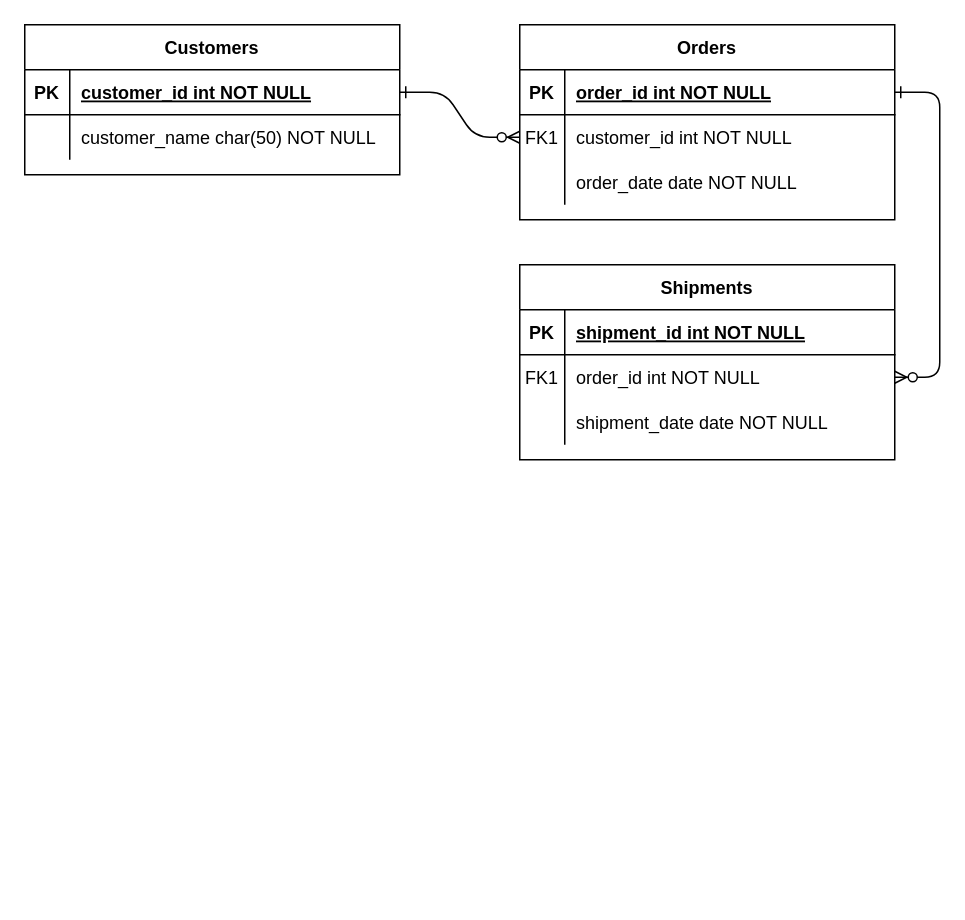
This is 名称未設定ファイル.drawio from chapchon819/chapchon819, a draw.io file, before an edit. Source tidied: cells renumbered, new cells numbered last; positions are measured from the earlier drawing's top-left corner, leaving out a move shared by most shapes. Both pictures are drawn from the tidied source at 150%, with x=0, y=0 at pixel (24, 24).
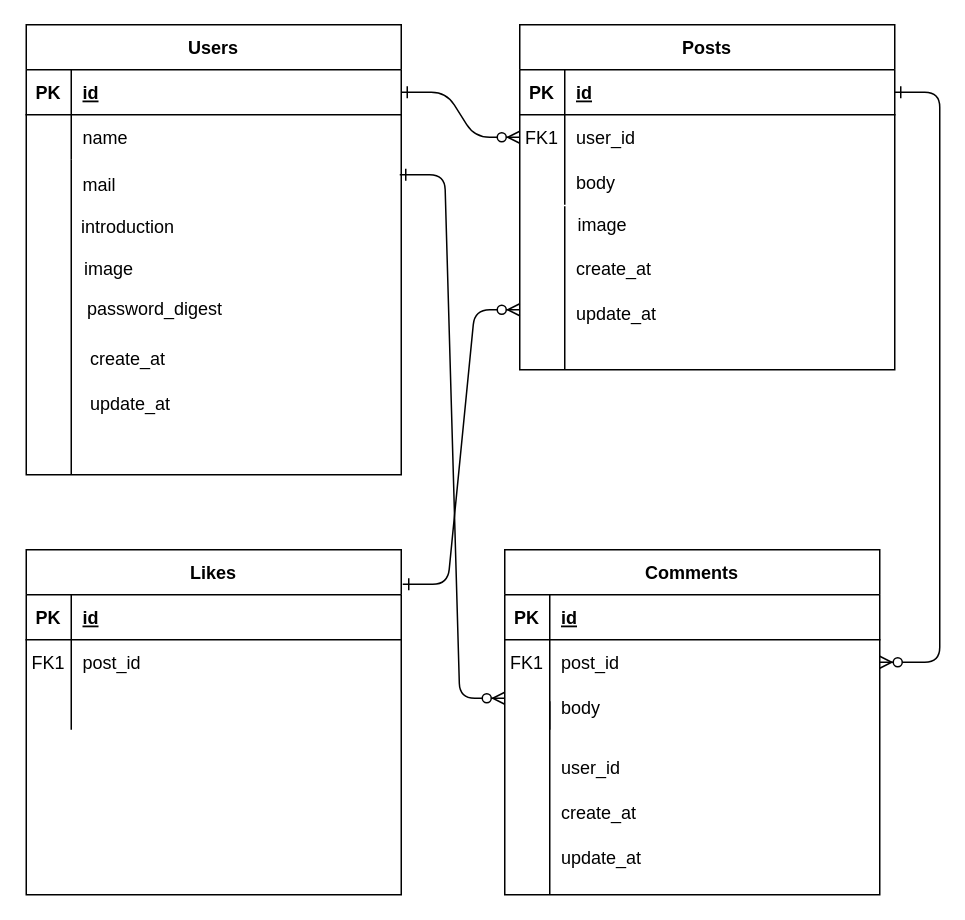
The same diagram, later.

Commit message:
名称未設定ファイル.drawio を更新します

The change refers to these unchanged cells:
```xml
<mxCell id="5" style="shape=partialRectangle;fillColor=none;points=[[0,0.5],[1,0.5]];portConstraint=eastwest;top=0;left=0;right=0;bottom=1;" parent="4" vertex="1">
  <mxGeometry y="30" width="250" height="30" as="geometry" />
</mxCell>
<mxCell id="8" style="shape=partialRectangle;fillColor=none;points=[[0,0.5],[1,0.5]];portConstraint=eastwest;top=0;left=0;right=0;bottom=0;" parent="4" vertex="1">
  <mxGeometry y="60" width="250" height="30" as="geometry" />
</mxCell>
<mxCell id="11" style="shape=partialRectangle;fillColor=none;top=0;left=0;right=0;bottom=0;" parent="4" vertex="1">
  <mxGeometry y="90" width="250" height="30" as="geometry" />
</mxCell>
<mxCell id="15" style="shape=partialRectangle;fillColor=none;top=0;left=0;right=0;bottom=1;" parent="14" vertex="1">
  <mxGeometry y="30" width="250" height="30" as="geometry" />
</mxCell>
<mxCell id="18" style="shape=partialRectangle;fillColor=none;points=[[0,0.5],[1,0.5]];portConstraint=eastwest;top=0;left=0;right=0;bottom=0;" parent="14" vertex="1">
  <mxGeometry y="60" width="250" height="30" as="geometry" />
</mxCell>
<mxCell id="21" style="shape=partialRectangle;fillColor=none;points=[[0,0.5],[1,0.5]];portConstraint=eastwest;top=0;left=0;right=0;bottom=0;" parent="14" vertex="1">
  <mxGeometry y="90" width="250" height="30" as="geometry" />
</mxCell>
```

The edit, as a diff of the source:
```diff
@@
-    <mxCell id="4" value="Orders" style="shape=table;startSize=30;childLayout=tableLayout;rowLines=0;fontStyle=1;align=center;" parent="1" vertex="1">
-      <mxGeometry x="330" width="250" height="130" as="geometry" />
+    <mxCell id="4" value="Posts" style="shape=table;startSize=30;childLayout=tableLayout;rowLines=0;fontStyle=1;align=center;" parent="1" vertex="1">
+      <mxGeometry x="330" width="250" height="230" as="geometry" />
     </mxCell>
@@
-    <mxCell id="7" value="order_id int NOT NULL " style="shape=partialRectangle;overflow=hidden;fillColor=none;top=0;left=0;bottom=0;right=0;align=left;spacingLeft=6;fontStyle=5;" parent="5" vertex="1">
+    <mxCell id="7" value="id" style="shape=partialRectangle;overflow=hidden;fillColor=none;top=0;left=0;bottom=0;right=0;align=left;spacingLeft=6;fontStyle=5;" parent="5" vertex="1">
       <mxGeometry x="30" width="220" height="30" as="geometry" />
     </mxCell>
@@
-    <mxCell id="10" value="customer_id int NOT NULL" style="shape=partialRectangle;overflow=hidden;fillColor=none;top=0;left=0;bottom=0;right=0;align=left;spacingLeft=6;" parent="8" vertex="1">
+    <mxCell id="10" value="user_id" style="shape=partialRectangle;overflow=hidden;fillColor=none;top=0;left=0;bottom=0;right=0;align=left;spacingLeft=6;" parent="8" vertex="1">
       <mxGeometry x="30" width="220" height="30" as="geometry" />
     </mxCell>
@@
-    <mxCell id="13" value="order_date date NOT NULL" style="shape=partialRectangle;overflow=hidden;fillColor=none;top=0;left=0;bottom=0;right=0;align=left;spacingLeft=6;" parent="11" vertex="1">
+    <mxCell id="13" value="body" style="shape=partialRectangle;overflow=hidden;fillColor=none;top=0;left=0;bottom=0;right=0;align=left;spacingLeft=6;" parent="11" vertex="1">
       <mxGeometry x="30" width="220" height="30" as="geometry" />
     </mxCell>
+    <mxCell id="24" value="Users" style="shape=table;startSize=30;childLayout=tableLayout;rowLines=0;fontStyle=1;align=center;" parent="1" vertex="1">
+      <mxGeometry x="1" width="250" height="300" as="geometry" />
+    </mxCell>
+    <mxCell id="25" style="shape=partialRectangle;fillColor=none;points=[[0,0.5],[1,0.5]];portConstraint=eastwest;top=0;left=0;right=0;bottom=1;" parent="24" vertex="1">
+      <mxGeometry y="30" width="250" height="30" as="geometry" />
+    </mxCell>
+    <mxCell id="26" value="PK" style="shape=partialRectangle;overflow=hidden;fillColor=none;top=0;left=0;bottom=0;right=0;fontStyle=1;" parent="25" vertex="1">
+      <mxGeometry width="30" height="30" as="geometry" />
+    </mxCell>
+    <mxCell id="27" value="id" style="shape=partialRectangle;overflow=hidden;fillColor=none;top=0;left=0;bottom=0;right=0;align=left;spacingLeft=6;fontStyle=5;" parent="25" vertex="1">
+      <mxGeometry x="30" width="220" height="30" as="geometry" />
+    </mxCell>
+    <mxCell id="28" style="shape=partialRectangle;fillColor=none;top=0;left=0;right=0;bottom=0;" parent="24" vertex="1">
+      <mxGeometry y="60" width="250" height="30" as="geometry" />
+    </mxCell>
+    <mxCell id="29" style="shape=partialRectangle;overflow=hidden;fillColor=none;top=0;left=0;bottom=0;right=0;" parent="28" vertex="1">
+      <mxGeometry width="30" height="30" as="geometry" />
+    </mxCell>
+    <mxCell id="30" value="name" style="shape=partialRectangle;overflow=hidden;fillColor=none;top=0;left=0;bottom=0;right=0;align=left;spacingLeft=6;" parent="28" vertex="1">
+      <mxGeometry x="30" width="220" height="30" as="geometry" />
+    </mxCell>
+    <mxCell id="31" value="mail" style="shape=partialRectangle;overflow=hidden;fillColor=none;top=0;left=0;bottom=0;right=0;align=left;spacingLeft=6;" parent="1" vertex="1">
+      <mxGeometry x="31" y="91" width="220" height="30" as="geometry" />
+    </mxCell>
+    <mxCell id="32" value="introduction" style="shape=partialRectangle;overflow=hidden;fillColor=none;top=0;left=0;bottom=0;right=0;align=left;spacingLeft=6;" parent="1" vertex="1">
+      <mxGeometry x="30" y="119" width="230" height="30" as="geometry" />
+    </mxCell>
+    <mxCell id="33" value="image" style="shape=partialRectangle;overflow=hidden;fillColor=none;top=0;left=0;bottom=0;right=0;align=left;spacingLeft=6;" parent="1" vertex="1">
+      <mxGeometry x="32" y="147" width="220" height="30" as="geometry" />
+    </mxCell>
+    <mxCell id="34" value="password_digest" style="shape=partialRectangle;overflow=hidden;fillColor=none;top=0;left=0;bottom=0;right=0;align=left;spacingLeft=6;" parent="1" vertex="1">
+      <mxGeometry x="34" y="174" width="220" height="30" as="geometry" />
+    </mxCell>
+    <mxCell id="35" value="create_at" style="shape=partialRectangle;overflow=hidden;fillColor=none;top=0;left=0;bottom=0;right=0;align=left;spacingLeft=6;" parent="1" vertex="1">
+      <mxGeometry x="36" y="207" width="220" height="30" as="geometry" />
+    </mxCell>
+    <mxCell id="36" value="update_at" style="shape=partialRectangle;overflow=hidden;fillColor=none;top=0;left=0;bottom=0;right=0;align=left;spacingLeft=6;" parent="1" vertex="1">
+      <mxGeometry x="36" y="237" width="220" height="30" as="geometry" />
+    </mxCell>
+    <mxCell id="37" style="endArrow=none;html=1;rounded=0;" parent="1" edge="1">
+      <mxGeometry relative="1" as="geometry">
+        <mxPoint x="31" y="300" as="sourcePoint" />
+        <mxPoint x="31" y="90" as="targetPoint" />
+      </mxGeometry>
+    </mxCell>
+    <mxCell id="38" value="image" style="shape=partialRectangle;overflow=hidden;fillColor=none;top=0;left=0;bottom=0;right=0;align=left;spacingLeft=6;" parent="1" vertex="1">
+      <mxGeometry x="361" y="118" width="220" height="30" as="geometry" />
+    </mxCell>
+    <mxCell id="39" value="create_at" style="shape=partialRectangle;overflow=hidden;fillColor=none;top=0;left=0;bottom=0;right=0;align=left;spacingLeft=6;" parent="1" vertex="1">
+      <mxGeometry x="360" y="147" width="220" height="30" as="geometry" />
+    </mxCell>
+    <mxCell id="40" value="update_at" style="shape=partialRectangle;overflow=hidden;fillColor=none;top=0;left=0;bottom=0;right=0;align=left;spacingLeft=6;" parent="1" vertex="1">
+      <mxGeometry x="360" y="177" width="220" height="30" as="geometry" />
+    </mxCell>
+    <mxCell id="41" style="endArrow=none;html=1;rounded=0;" parent="1" edge="1">
+      <mxGeometry relative="1" as="geometry">
+        <mxPoint x="360" y="230" as="sourcePoint" />
+        <mxPoint x="360" y="121" as="targetPoint" />
+      </mxGeometry>
+    </mxCell>
+    <mxCell id="42" value="create_at" style="shape=partialRectangle;overflow=hidden;fillColor=none;top=0;left=0;bottom=0;right=0;align=left;spacingLeft=6;" parent="1" vertex="1">
+      <mxGeometry x="350" y="510" width="220" height="30" as="geometry" />
+    </mxCell>
+    <mxCell id="43" value="update_at" style="shape=partialRectangle;overflow=hidden;fillColor=none;top=0;left=0;bottom=0;right=0;align=left;spacingLeft=6;" parent="1" vertex="1">
+      <mxGeometry x="350" y="540" width="220" height="30" as="geometry" />
+    </mxCell>
+    <mxCell id="44" style="endArrow=none;html=1;rounded=0;" parent="1" edge="1">
+      <mxGeometry relative="1" as="geometry">
+        <mxPoint x="350" y="580" as="sourcePoint" />
+        <mxPoint x="350" y="451" as="targetPoint" />
+      </mxGeometry>
+    </mxCell>
-    <mxCell id="14" value="Shipments" style="shape=table;startSize=30;childLayout=tableLayout;rowLines=0;fontStyle=1;align=center;" parent="1" vertex="1">
-      <mxGeometry x="330" y="160" width="250" height="130" as="geometry" />
+    <mxCell id="14" value="Comments" style="shape=table;startSize=30;childLayout=tableLayout;rowLines=0;fontStyle=1;align=center;" parent="1" vertex="1">
+      <mxGeometry x="320" y="350" width="250" height="230" as="geometry" />
     </mxCell>
@@
-    <mxCell id="17" value="shipment_id int NOT NULL " style="shape=partialRectangle;overflow=hidden;fillColor=none;top=0;left=0;bottom=0;right=0;align=left;spacingLeft=6;fontStyle=5;" parent="15" vertex="1">
+    <mxCell id="17" value="id" style="shape=partialRectangle;overflow=hidden;fillColor=none;top=0;left=0;bottom=0;right=0;align=left;spacingLeft=6;fontStyle=5;" parent="15" vertex="1">
       <mxGeometry x="30" width="220" height="30" as="geometry" />
     </mxCell>
@@
-    <mxCell id="20" value="order_id int NOT NULL" style="shape=partialRectangle;overflow=hidden;fillColor=none;top=0;left=0;bottom=0;right=0;align=left;spacingLeft=6;" parent="18" vertex="1">
+    <mxCell id="20" value="post_id" style="shape=partialRectangle;overflow=hidden;fillColor=none;top=0;left=0;bottom=0;right=0;align=left;spacingLeft=6;" parent="18" vertex="1">
       <mxGeometry x="30" width="220" height="30" as="geometry" />
     </mxCell>
@@
-    <mxCell id="23" value="shipment_date date NOT NULL" style="shape=partialRectangle;overflow=hidden;fillColor=none;top=0;left=0;bottom=0;right=0;align=left;spacingLeft=6;" parent="21" vertex="1">
+    <mxCell id="23" value="body" style="shape=partialRectangle;overflow=hidden;fillColor=none;top=0;left=0;bottom=0;right=0;align=left;spacingLeft=6;" parent="21" vertex="1">
       <mxGeometry x="30" width="220" height="30" as="geometry" />
     </mxCell>
-    <mxCell id="24" value="Customers" style="shape=table;startSize=30;childLayout=tableLayout;rowLines=0;fontStyle=1;align=center;" parent="1" vertex="1">
-      <mxGeometry width="250" height="100" as="geometry" />
-    </mxCell>
-    <mxCell id="25" style="shape=partialRectangle;fillColor=none;points=[[0,0.5],[1,0.5]];portConstraint=eastwest;top=0;left=0;right=0;bottom=1;" parent="24" vertex="1">
-      <mxGeometry y="30" width="250" height="30" as="geometry" />
-    </mxCell>
-    <mxCell id="26" value="PK" style="shape=partialRectangle;overflow=hidden;fillColor=none;top=0;left=0;bottom=0;right=0;fontStyle=1;" parent="25" vertex="1">
-      <mxGeometry width="30" height="30" as="geometry" />
-    </mxCell>
-    <mxCell id="27" value="customer_id int NOT NULL " style="shape=partialRectangle;overflow=hidden;fillColor=none;top=0;left=0;bottom=0;right=0;align=left;spacingLeft=6;fontStyle=5;" parent="25" vertex="1">
-      <mxGeometry x="30" width="220" height="30" as="geometry" />
-    </mxCell>
-    <mxCell id="28" style="shape=partialRectangle;fillColor=none;top=0;left=0;right=0;bottom=0;" parent="24" vertex="1">
-      <mxGeometry y="60" width="250" height="30" as="geometry" />
-    </mxCell>
-    <mxCell id="29" style="shape=partialRectangle;overflow=hidden;fillColor=none;top=0;left=0;bottom=0;right=0;" parent="28" vertex="1">
-      <mxGeometry width="30" height="30" as="geometry" />
-    </mxCell>
-    <mxCell id="30" value="customer_name char(50) NOT NULL" style="shape=partialRectangle;overflow=hidden;fillColor=none;top=0;left=0;bottom=0;right=0;align=left;spacingLeft=6;" parent="28" vertex="1">
-      <mxGeometry x="30" width="220" height="30" as="geometry" />
-    </mxCell>
+    <mxCell id="45" value="user_id" style="shape=partialRectangle;overflow=hidden;fillColor=none;top=0;left=0;bottom=0;right=0;align=left;spacingLeft=6;" parent="1" vertex="1">
+      <mxGeometry x="350" y="480" width="220" height="30" as="geometry" />
+    </mxCell>
+    <mxCell id="46" style="edgeStyle=entityRelationEdgeStyle;endArrow=ERzeroToMany;startArrow=ERone;endFill=1;startFill=0;entryX=0;entryY=0.3;entryDx=0;entryDy=0;entryPerimeter=0;" parent="1" edge="1" target="21">
+      <mxGeometry relative="1" as="geometry">
+        <mxPoint x="250" y="100" as="sourcePoint" />
+        <Array as="points">
+          <mxPoint x="300" y="370" />
+          <mxPoint x="270" y="320" />
+        </Array>
+      </mxGeometry>
+    </mxCell>
+    <mxCell id="47" value="Likes" style="shape=table;startSize=30;childLayout=tableLayout;rowLines=0;fontStyle=1;align=center;" parent="1" vertex="1">
+      <mxGeometry x="1" y="350" width="250" height="230" as="geometry" />
+    </mxCell>
+    <mxCell id="48" style="shape=partialRectangle;fillColor=none;top=0;left=0;right=0;bottom=1;" parent="47" vertex="1">
+      <mxGeometry y="30" width="250" height="30" as="geometry" />
+    </mxCell>
+    <mxCell id="49" value="PK" style="shape=partialRectangle;overflow=hidden;fillColor=none;top=0;left=0;bottom=0;right=0;fontStyle=1;" parent="48" vertex="1">
+      <mxGeometry width="30" height="30" as="geometry" />
+    </mxCell>
+    <mxCell id="50" value="id" style="shape=partialRectangle;overflow=hidden;fillColor=none;top=0;left=0;bottom=0;right=0;align=left;spacingLeft=6;fontStyle=5;" parent="48" vertex="1">
+      <mxGeometry x="30" width="220" height="30" as="geometry" />
+    </mxCell>
+    <mxCell id="51" style="shape=partialRectangle;fillColor=none;top=0;left=0;right=0;bottom=0;" parent="47" vertex="1">
+      <mxGeometry y="60" width="250" height="30" as="geometry" />
+    </mxCell>
+    <mxCell id="52" value="FK1" style="shape=partialRectangle;overflow=hidden;fillColor=none;top=0;left=0;bottom=0;right=0;" parent="51" vertex="1">
+      <mxGeometry width="30" height="30" as="geometry" />
+    </mxCell>
+    <mxCell id="53" value="post_id" style="shape=partialRectangle;overflow=hidden;fillColor=none;top=0;left=0;bottom=0;right=0;align=left;spacingLeft=6;" parent="51" vertex="1">
+      <mxGeometry x="30" width="220" height="30" as="geometry" />
+    </mxCell>
+    <mxCell id="54" style="shape=partialRectangle;fillColor=none;top=0;left=0;right=0;bottom=0;" parent="47" vertex="1">
+      <mxGeometry y="90" width="250" height="30" as="geometry" />
+    </mxCell>
+    <mxCell id="55" style="shape=partialRectangle;overflow=hidden;fillColor=none;top=0;left=0;bottom=0;right=0;" parent="54" vertex="1">
+      <mxGeometry width="30" height="30" as="geometry" />
+    </mxCell>
+    <mxCell id="56" style="shape=partialRectangle;overflow=hidden;fillColor=none;top=0;left=0;bottom=0;right=0;align=left;spacingLeft=6;" parent="54" vertex="1">
+      <mxGeometry x="30" width="220" height="30" as="geometry" />
+    </mxCell>
+    <mxCell id="57" style="edgeStyle=entityRelationEdgeStyle;endArrow=ERzeroToMany;startArrow=ERone;endFill=1;startFill=0;exitX=1.008;exitY=0.1;exitDx=0;exitDy=0;exitPerimeter=0;" parent="1" edge="1">
+      <mxGeometry relative="1" as="geometry">
+        <mxPoint x="252" y="373" as="sourcePoint" />
+        <mxPoint x="330" y="190" as="targetPoint" />
+        <Array as="points">
+          <mxPoint x="279" y="280" />
+          <mxPoint x="320" y="210" />
+          <mxPoint x="320" y="180" />
+        </Array>
+      </mxGeometry>
+    </mxCell>
```
